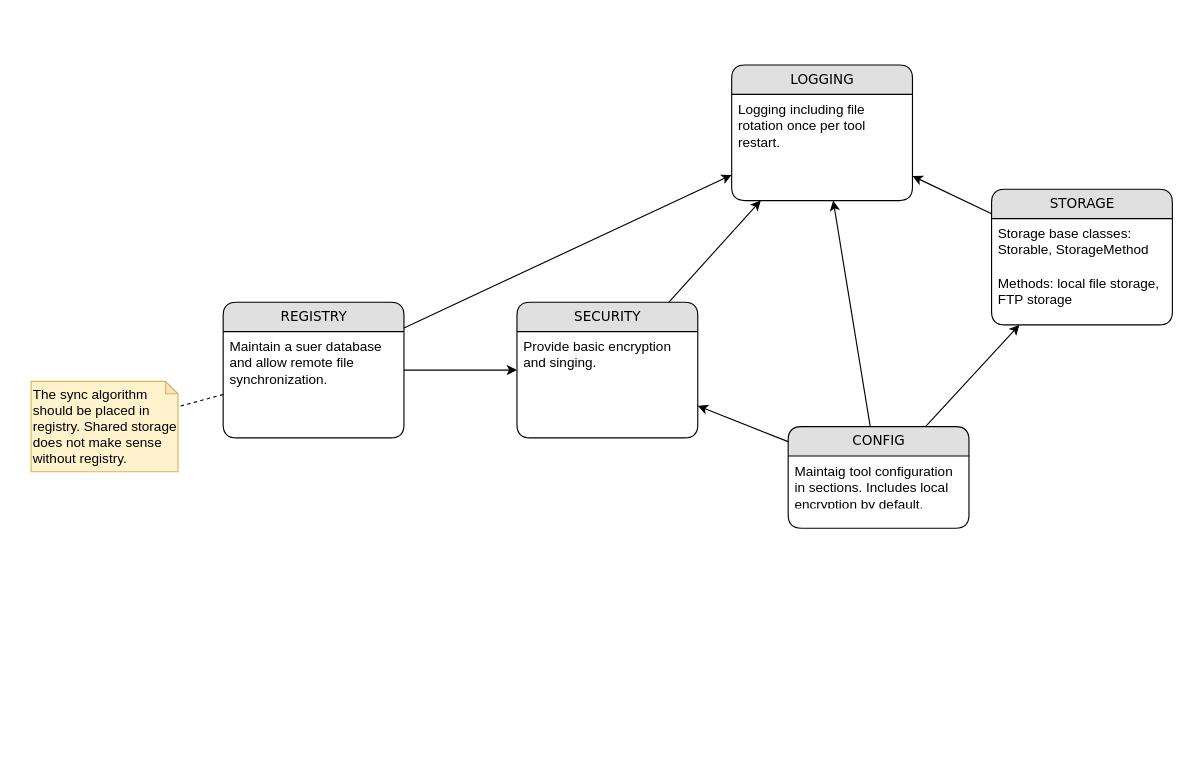
Before: page "module" (1 of 2) of doc/overview.drawio in alexander-rd/appxf, a draw.io diagram. Source tidied: cells renumbered, new cells numbered last; positions are measured from the earlier drawing's top-left corner, leaving out a move shared by most shapes. Both pictures are drawn from the tidied source at 113%, with x=0, y=0 at pixel (31, 64).
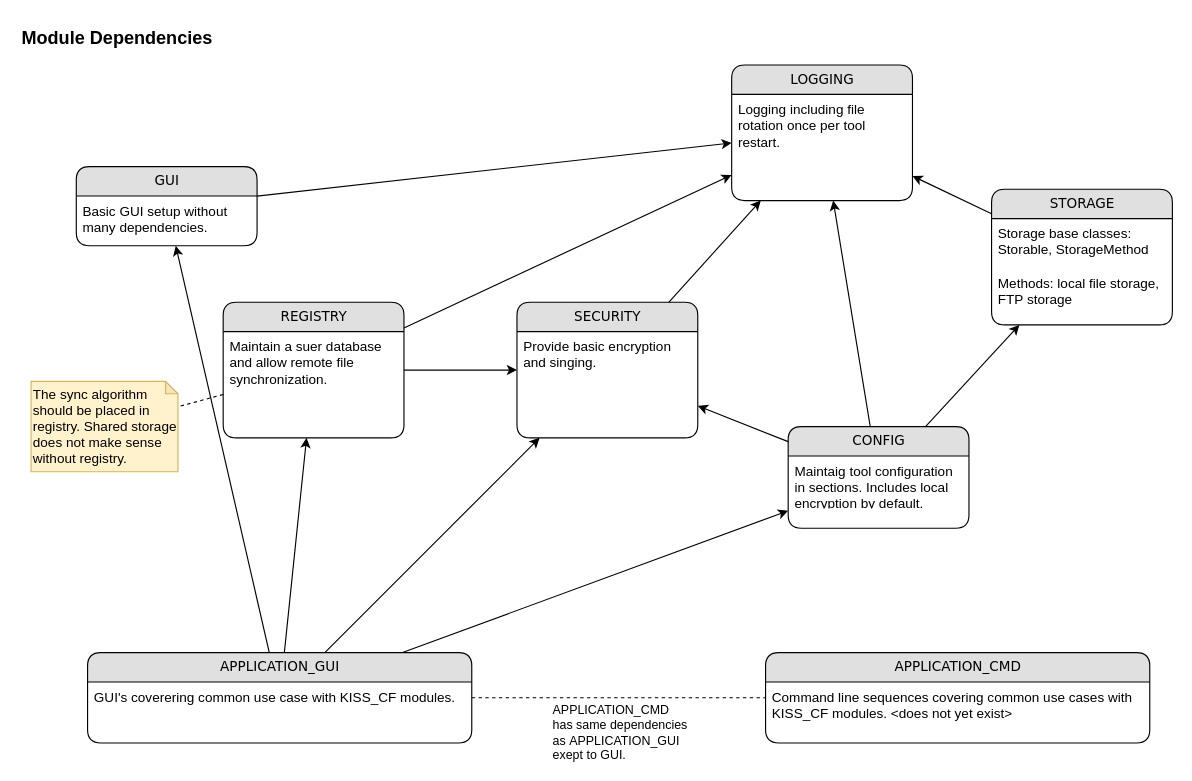
The same page after the edit.

Unchanged cells that the change refers to:
```xml
<mxCell id="2" value="SECURITY" style="swimlane;html=1;fontStyle=0;horizontal=1;startSize=26;fillColor=#e0e0e0;swimlaneFillColor=#ffffff;align=center;rounded=1;shadow=0;comic=0;labelBackgroundColor=none;strokeWidth=1;fontFamily=Verdana;fontSize=12;" parent="1" vertex="1">
  <mxGeometry x="430" y="210" width="160" height="120" as="geometry" />
</mxCell>
<mxCell id="5" value="CONFIG" style="swimlane;html=1;fontStyle=0;horizontal=1;startSize=26;fillColor=#e0e0e0;swimlaneFillColor=#ffffff;align=center;rounded=1;shadow=0;comic=0;labelBackgroundColor=none;strokeWidth=1;fontFamily=Verdana;fontSize=12;" parent="1" vertex="1">
  <mxGeometry x="670" y="320" width="160" height="90" as="geometry" />
</mxCell>
<mxCell id="7" value="LOGGING" style="swimlane;html=1;fontStyle=0;horizontal=1;startSize=26;fillColor=#e0e0e0;swimlaneFillColor=#ffffff;align=center;rounded=1;shadow=0;comic=0;labelBackgroundColor=none;strokeWidth=1;fontFamily=Verdana;fontSize=12;" parent="1" vertex="1">
  <mxGeometry x="620" width="160" height="120" as="geometry" />
</mxCell>
<mxCell id="17" value="REGISTRY" style="swimlane;html=1;fontStyle=0;horizontal=1;startSize=26;fillColor=#e0e0e0;swimlaneFillColor=#ffffff;align=center;rounded=1;shadow=0;comic=0;labelBackgroundColor=none;strokeWidth=1;fontFamily=Verdana;fontSize=12;" parent="1" vertex="1">
  <mxGeometry x="170" y="210" width="160" height="120" as="geometry" />
</mxCell>
```

The edit, as a diff of the source:
```diff
@@
+    <mxCell id="22" value="Module Dependencies" style="text;html=1;align=left;verticalAlign=top;whiteSpace=wrap;rounded=0;fontSize=16;fontStyle=1;" parent="1" vertex="1">
+      <mxGeometry x="-10" y="-40" width="260" height="30" as="geometry" />
+    </mxCell>
+    <mxCell id="23" value="GUI" style="swimlane;html=1;fontStyle=0;horizontal=1;startSize=26;fillColor=#e0e0e0;swimlaneFillColor=#ffffff;align=center;rounded=1;shadow=0;comic=0;labelBackgroundColor=none;strokeWidth=1;fontFamily=Verdana;fontSize=12;" parent="1" vertex="1">
+      <mxGeometry x="40" y="90" width="160" height="70" as="geometry" />
+    </mxCell>
+    <mxCell id="24" value="Basic GUI setup without many dependencies." style="text;html=1;strokeColor=none;fillColor=none;spacingLeft=4;spacingRight=4;whiteSpace=wrap;overflow=hidden;" parent="23" vertex="1">
+      <mxGeometry y="26" width="160" height="44" as="geometry" />
+    </mxCell>
+    <mxCell id="25" value="APPLICATION_GUI" style="swimlane;html=1;fontStyle=0;horizontal=1;startSize=26;fillColor=#e0e0e0;swimlaneFillColor=#ffffff;align=center;rounded=1;shadow=0;comic=0;labelBackgroundColor=none;strokeWidth=1;fontFamily=Verdana;fontSize=12;" parent="1" vertex="1">
+      <mxGeometry x="50" y="520" width="340" height="80" as="geometry" />
+    </mxCell>
+    <mxCell id="26" value="GUI's coverering common use case with KISS_CF modules." style="text;html=1;strokeColor=none;fillColor=none;spacingLeft=4;spacingRight=4;whiteSpace=wrap;overflow=hidden;" parent="25" vertex="1">
+      <mxGeometry y="26" width="340" height="54" as="geometry" />
+    </mxCell>
+    <mxCell id="27" style="endArrow=classic;html=1;rounded=0;" parent="1" edge="1" source="23" target="7">
+      <mxGeometry relative="1" as="geometry" />
+    </mxCell>
+    <mxCell id="28" style="endArrow=classic;html=1;rounded=0;" parent="1" edge="1" source="25" target="23">
+      <mxGeometry relative="1" as="geometry" />
+    </mxCell>
+    <mxCell id="29" style="endArrow=classic;html=1;rounded=0;" parent="1" edge="1" source="25" target="17">
+      <mxGeometry relative="1" as="geometry" />
+    </mxCell>
+    <mxCell id="30" style="endArrow=classic;html=1;rounded=0;" parent="1" edge="1" source="25" target="2">
+      <mxGeometry relative="1" as="geometry" />
+    </mxCell>
+    <mxCell id="31" style="endArrow=classic;html=1;rounded=0;" parent="1" edge="1" source="25" target="5">
+      <mxGeometry relative="1" as="geometry" />
+    </mxCell>
+    <mxCell id="32" value="APPLICATION_CMD" style="swimlane;html=1;fontStyle=0;horizontal=1;startSize=26;fillColor=#e0e0e0;swimlaneFillColor=#ffffff;align=center;rounded=1;shadow=0;comic=0;labelBackgroundColor=none;strokeWidth=1;fontFamily=Verdana;fontSize=12;" parent="1" vertex="1">
+      <mxGeometry x="650" y="520" width="340" height="80" as="geometry" />
+    </mxCell>
+    <mxCell id="33" value="Command line sequences covering common use cases with KISS_CF modules. &amp;lt;does not yet exist&amp;gt;" style="text;html=1;strokeColor=none;fillColor=none;spacingLeft=4;spacingRight=4;whiteSpace=wrap;overflow=hidden;" parent="32" vertex="1">
+      <mxGeometry y="26" width="340" height="44" as="geometry" />
+    </mxCell>
+    <mxCell id="34" style="endArrow=none;dashed=1;html=1;rounded=0;" parent="1" edge="1" source="25" target="32">
+      <mxGeometry relative="1" as="geometry" />
+    </mxCell>
+    <mxCell id="35" value="&lt;span style=&quot;&quot;&gt;APPLICATION_CMD&amp;nbsp;&lt;/span&gt;&lt;div&gt;&lt;span style=&quot;&quot;&gt;has same&amp;nbsp;&lt;/span&gt;&lt;span style=&quot;&quot;&gt;dependencies&amp;nbsp;&lt;/span&gt;&lt;/div&gt;&lt;div&gt;&lt;span style=&quot;&quot;&gt;as&amp;nbsp;&lt;/span&gt;&lt;span style=&quot;&quot;&gt;APPLICATION_GUI&lt;/span&gt;&lt;/div&gt;&lt;div&gt;&lt;div style=&quot;&quot;&gt;exept to GUI.&lt;/div&gt;&lt;/div&gt;" style="edgeLabel;html=1;align=left;verticalAlign=middle;" parent="34" vertex="1">
+      <mxGeometry x="0.07" relative="1" as="geometry">
+        <mxPoint x="-69" y="30" as="offset" />
+      </mxGeometry>
+    </mxCell>
```
